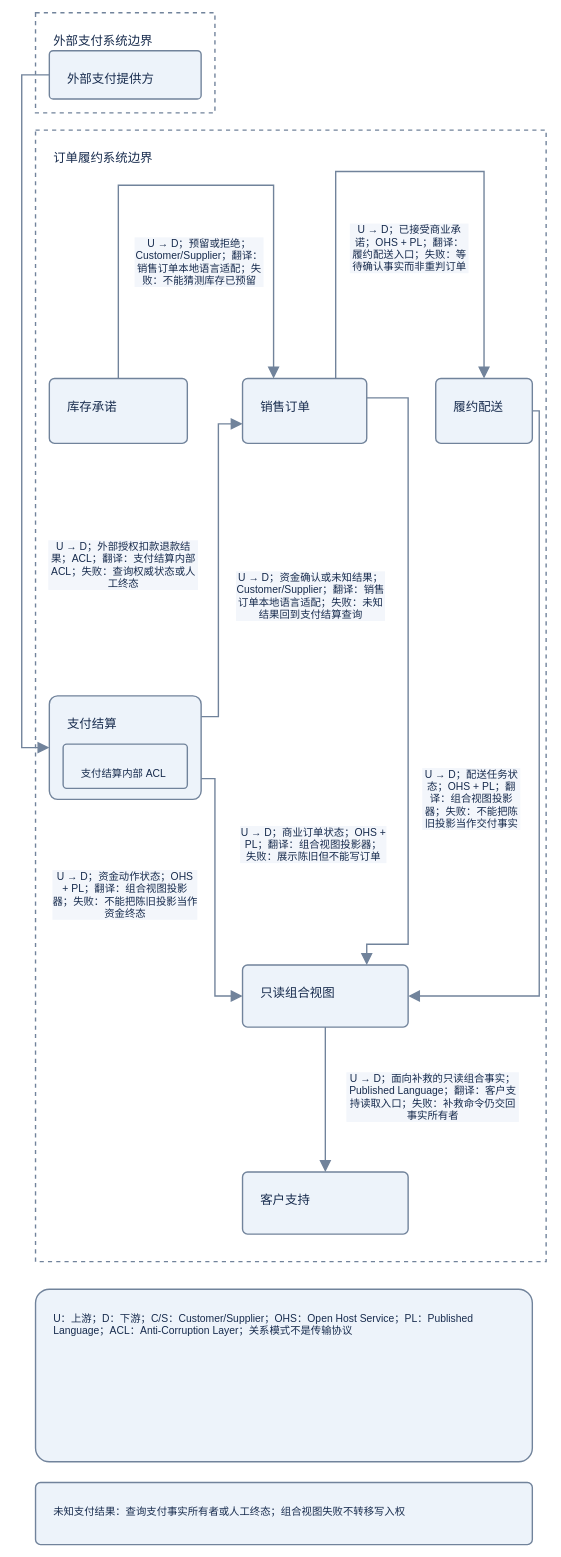
Before: diagrams/ddd-01-strategic-ddd-context-map.drawio in sealday/tego-arch, a draw.io diagram. Source tidied: cells renumbered, new cells numbered last; positions are measured from the earlier drawing's top-left corner, leaving out a move shared by most shapes. Both pictures are drawn from the tidied source at 69%, with x=0, y=0 at pixel (21, 12).
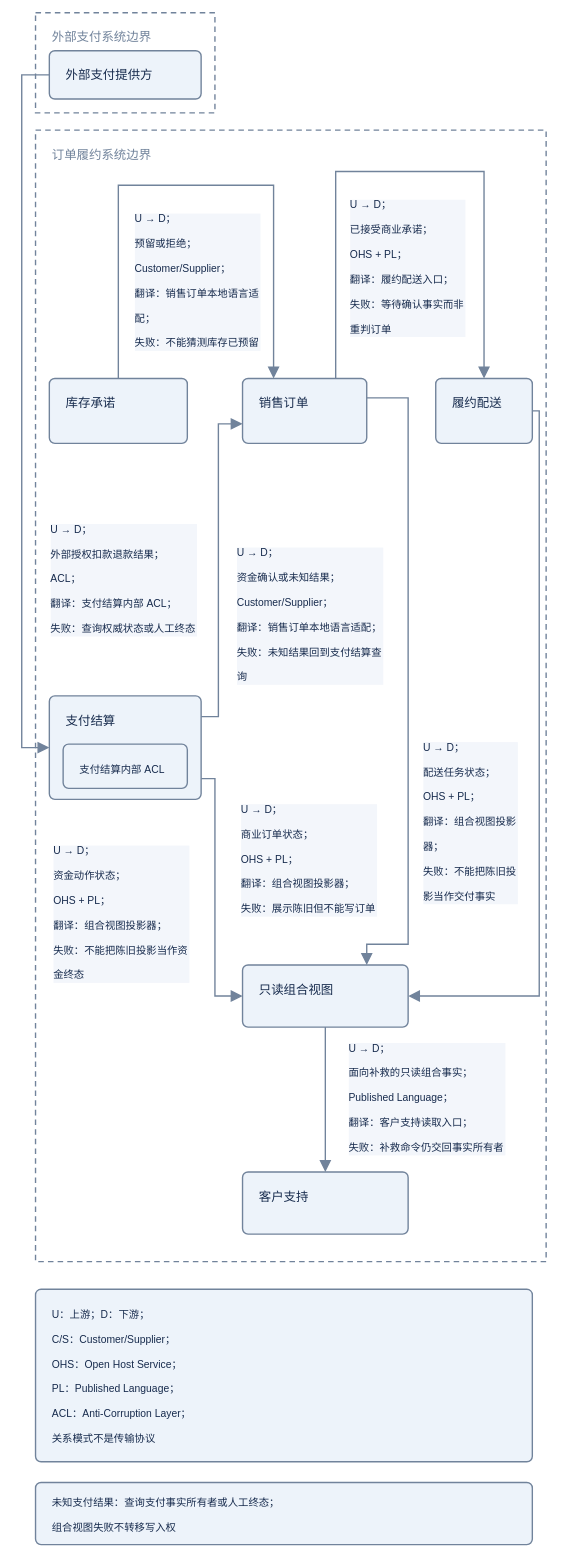
Above is the later version.

Commit message (it also covers changes not shown here):
fix: bind DDD-01 native diagram rendering and painted label geometry

The edit, as a diff of the source:
```diff
@@
-    <mxCell id="2" value="订单履约系统边界" style="fontFamily=Noto Sans SC;fontColor=#172b4d;fontSize=18;html=0;whiteSpace=wrap;rounded=1;arcSize=8;strokeColor=#71839b;strokeWidth=2;fillColor=#edf3fa;align=left;verticalAlign=top;spacingLeft=24;spacingTop=24;fontSize=18;spacingTop=24;fillColor=none;rounded=0;dashed=1;" parent="1" vertex="1">
+    <mxCell id="2" value="订单履约系统边界" style="fontFamily=Noto Sans SC;fontColor=#71839b;fontSize=18;html=0;whiteSpace=nowrap;rounded=0;arcSize=16;strokeColor=#71839b;strokeWidth=2;fillColor=none;align=left;verticalAlign=top;spacingLeft=24;spacingTop=20;dashed=1;shape=rectangle;convertToSvg=1;fontStyle=0;spacing=0;spacingRight=24;spacingBottom=14;absoluteArcSize=1;dashPattern=4 3;" parent="1" vertex="1">
       <mxGeometry x="20" y="170" width="740" height="1640" as="geometry" />
     </mxCell>
-    <mxCell id="3" value="外部支付系统边界" style="fontFamily=Noto Sans SC;fontColor=#172b4d;fontSize=18;html=0;whiteSpace=wrap;rounded=1;arcSize=8;strokeColor=#71839b;strokeWidth=2;fillColor=#edf3fa;align=left;verticalAlign=top;spacingLeft=24;spacingTop=24;fontSize=18;spacingTop=24;fillColor=none;rounded=0;dashed=1;" parent="1" vertex="1">
+    <mxCell id="3" value="外部支付系统边界" style="fontFamily=Noto Sans SC;fontColor=#71839b;fontSize=18;html=0;whiteSpace=nowrap;rounded=0;arcSize=16;strokeColor=#71839b;strokeWidth=2;fillColor=none;align=left;verticalAlign=top;spacingLeft=24;spacingTop=20;dashed=1;shape=rectangle;convertToSvg=1;fontStyle=0;spacing=0;spacingRight=24;spacingBottom=14;absoluteArcSize=1;dashPattern=4 3;" parent="1" vertex="1">
       <mxGeometry x="20" width="260" height="145" as="geometry" />
     </mxCell>
-    <mxCell id="4" value="U → D；预留或拒绝；Customer/Supplier；翻译：销售订单本地语言适配；失败：不能猜测库存已预留" style="html=0;whiteSpace=wrap;fontFamily=Noto Sans SC;fontSize=15;fontColor=#172b4d;labelBackgroundColor=#f3f6fb;align=center;verticalAlign=middle;labelWidth=185;endArrow=block;startArrow=none;endFill=1;endSize=12;strokeColor=#71839b;strokeWidth=2;exitX=0.5;exitY=0;entryX=0.25;entryY=0;rounded=0;" parent="1" edge="1" source="13" target="12">
+    <mxCell id="4" value="U → D；&#10;&#10;预留或拒绝；&#10;&#10;Customer/Supplier；&#10;&#10;翻译：销售订单本地语言适&#10;&#10;配；&#10;&#10;失败：不能猜测库存已预留" style="html=0;whiteSpace=nowrap;fontFamily=Noto Sans SC;fontSize=15;fontColor=#172b4d;labelBackgroundColor=#f3f6fb;align=left;verticalAlign=top;labelWidth=185;endArrow=block;startArrow=none;endFill=1;endSize=12;strokeColor=#71839b;strokeWidth=2;exitX=0.5;exitY=0;entryX=0.25;entryY=0;rounded=0;shape=connector;convertToSvg=1;fontStyle=0;spacing=0;spacingLeft=0;spacingTop=0;spacingRight=0;spacingBottom=0;labelPadding=7;" parent="1" edge="1" source="13" target="12">
       <mxGeometry relative="1" as="geometry">
         <Array as="points">
           <mxPoint x="140" y="250" />
           <mxPoint x="365" y="250" />
         </Array>
-        <mxPoint x="4" y="111" as="offset" />
+        <mxPoint x="-89" y="35" as="offset" />
       </mxGeometry>
     </mxCell>
-    <mxCell id="5" value="U → D；资金确认或未知结果；Customer/Supplier；翻译：销售订单本地语言适配；失败：未知结果回到支付结算查询" style="html=0;whiteSpace=wrap;fontFamily=Noto Sans SC;fontSize=15;fontColor=#172b4d;labelBackgroundColor=#f3f6fb;align=center;verticalAlign=middle;labelWidth=214;endArrow=block;startArrow=none;endFill=1;endSize=12;strokeColor=#71839b;strokeWidth=2;exitX=1;exitY=0.2;entryX=0;entryY=0.7;rounded=0;" parent="1" edge="1" source="14" target="12">
+    <mxCell id="5" value="U → D；&#10;&#10;资金确认或未知结果；&#10;&#10;Customer/Supplier；&#10;&#10;翻译：销售订单本地语言适配；&#10;&#10;失败：未知结果回到支付结算查&#10;&#10;询" style="html=0;whiteSpace=nowrap;fontFamily=Noto Sans SC;fontSize=15;fontColor=#172b4d;labelBackgroundColor=#f3f6fb;align=left;verticalAlign=top;labelWidth=214;endArrow=block;startArrow=none;endFill=1;endSize=12;strokeColor=#71839b;strokeWidth=2;exitX=1;exitY=0.2;entryX=0;entryY=0.7;rounded=0;shape=connector;convertToSvg=1;fontStyle=0;spacing=0;spacingLeft=0;spacingTop=0;spacingRight=0;spacingBottom=0;labelPadding=7;" parent="1" edge="1" source="14" target="12">
       <mxGeometry relative="1" as="geometry">
         <Array as="points">
           <mxPoint x="285" y="1020" />
           <mxPoint x="285" y="595.8" />
         </Array>
-        <mxPoint x="134" y="42.1" as="offset" />
+        <mxPoint x="27" y="-34" as="offset" />
       </mxGeometry>
     </mxCell>
-    <mxCell id="6" value="U → D；已接受商业承诺；OHS + PL；翻译：履约配送入口；失败：等待确认事实而非重判订单" style="html=0;whiteSpace=wrap;fontFamily=Noto Sans SC;fontSize=15;fontColor=#172b4d;labelBackgroundColor=#f3f6fb;align=center;verticalAlign=middle;labelWidth=170;endArrow=block;startArrow=none;endFill=1;endSize=12;strokeColor=#71839b;strokeWidth=2;exitX=0.75;exitY=0;entryX=0.5;entryY=0;rounded=0;" parent="1" edge="1" source="12" target="15">
+    <mxCell id="6" value="U → D；&#10;&#10;已接受商业承诺；&#10;&#10;OHS + PL；&#10;&#10;翻译：履约配送入口；&#10;&#10;失败：等待确认事实而非&#10;&#10;重判订单" style="html=0;whiteSpace=nowrap;fontFamily=Noto Sans SC;fontSize=15;fontColor=#172b4d;labelBackgroundColor=#f3f6fb;align=left;verticalAlign=top;labelWidth=170;endArrow=block;startArrow=none;endFill=1;endSize=12;strokeColor=#71839b;strokeWidth=2;exitX=0.75;exitY=0;entryX=0.5;entryY=0;rounded=0;shape=connector;convertToSvg=1;fontStyle=0;spacing=0;spacingLeft=0;spacingTop=0;spacingRight=0;spacingBottom=0;labelPadding=7;" parent="1" edge="1" source="12" target="15">
       <mxGeometry relative="1" as="geometry">
         <Array as="points">
           <mxPoint x="455" y="230" />
           <mxPoint x="670" y="230" />
         </Array>
-        <mxPoint x="-1.5" y="111" as="offset" />
+        <mxPoint x="-87" y="35" as="offset" />
       </mxGeometry>
     </mxCell>
-    <mxCell id="7" value="U → D；外部授权扣款退款结果；ACL；翻译：支付结算内部 ACL；失败：查询权威状态或人工终态" style="html=0;whiteSpace=wrap;fontFamily=Noto Sans SC;fontSize=15;fontColor=#172b4d;labelBackgroundColor=#f3f6fb;align=center;verticalAlign=middle;labelWidth=215;endArrow=block;startArrow=none;endFill=1;endSize=12;strokeColor=#71839b;strokeWidth=2;exitX=0;exitY=0.5;entryX=0;entryY=0.5;rounded=0;" parent="1" edge="1" source="18" target="14">
+    <mxCell id="7" value="U → D；&#10;&#10;外部授权扣款退款结果；&#10;&#10;ACL；&#10;&#10;翻译：支付结算内部 ACL；&#10;&#10;失败：查询权威状态或人工终态" style="html=0;whiteSpace=nowrap;fontFamily=Noto Sans SC;fontSize=15;fontColor=#172b4d;labelBackgroundColor=#f3f6fb;align=left;verticalAlign=top;labelWidth=215;endArrow=block;startArrow=none;endFill=1;endSize=12;strokeColor=#71839b;strokeWidth=2;exitX=0;exitY=0.5;entryX=0;entryY=0.5;rounded=0;shape=connector;convertToSvg=1;fontStyle=0;spacing=0;spacingLeft=0;spacingTop=0;spacingRight=0;spacingBottom=0;labelPadding=7;" parent="1" edge="1" source="18" target="14">
       <mxGeometry relative="1" as="geometry">
         <Array as="points">
           <mxPoint y="90" />
           <mxPoint y="1065" />
         </Array>
-        <mxPoint x="147.5" y="221.5" as="offset" />
+        <mxPoint x="42" y="157" as="offset" />
       </mxGeometry>
     </mxCell>
-    <mxCell id="8" value="U → D；商业订单状态；OHS + PL；翻译：组合视图投影器；失败：展示陈旧但不能写订单" style="html=0;whiteSpace=wrap;fontFamily=Noto Sans SC;fontSize=15;fontColor=#172b4d;labelBackgroundColor=#f3f6fb;align=center;verticalAlign=middle;labelWidth=210;endArrow=block;startArrow=none;endFill=1;endSize=12;strokeColor=#71839b;strokeWidth=2;exitX=1;exitY=0.3;entryX=0.75;entryY=0;rounded=0;" parent="1" edge="1" source="12" target="17">
+    <mxCell id="8" value="U → D；&#10;&#10;商业订单状态；&#10;&#10;OHS + PL；&#10;&#10;翻译：组合视图投影器；&#10;&#10;失败：展示陈旧但不能写订单" style="html=0;whiteSpace=nowrap;fontFamily=Noto Sans SC;fontSize=15;fontColor=#172b4d;labelBackgroundColor=#f3f6fb;align=left;verticalAlign=top;labelWidth=210;endArrow=block;startArrow=none;endFill=1;endSize=12;strokeColor=#71839b;strokeWidth=2;exitX=1;exitY=0.3;entryX=0.75;entryY=0;rounded=0;shape=connector;convertToSvg=1;fontStyle=0;spacing=0;spacingLeft=0;spacingTop=0;spacingRight=0;spacingBottom=0;labelPadding=7;" parent="1" edge="1" source="12" target="17">
       <mxGeometry relative="1" as="geometry">
         <Array as="points">
           <mxPoint x="560" y="558.2" />
           <mxPoint x="560" y="1350" />
           <mxPoint x="500" y="1350" />
         </Array>
-        <mxPoint x="-137" y="235.9" as="offset" />
+        <mxPoint x="-242" y="172" as="offset" />
       </mxGeometry>
     </mxCell>
-    <mxCell id="9" value="U → D；资金动作状态；OHS + PL；翻译：组合视图投影器；失败：不能把陈旧投影当作资金终态" style="html=0;whiteSpace=wrap;fontFamily=Noto Sans SC;fontSize=15;fontColor=#172b4d;labelBackgroundColor=#f3f6fb;align=center;verticalAlign=middle;labelWidth=208;endArrow=block;startArrow=none;endFill=1;endSize=12;strokeColor=#71839b;strokeWidth=2;exitX=1;exitY=0.8;entryX=0;entryY=0.5;rounded=0;" parent="1" edge="1" source="14" target="17">
+    <mxCell id="9" value="U → D；&#10;&#10;资金动作状态；&#10;&#10;OHS + PL；&#10;&#10;翻译：组合视图投影器；&#10;&#10;失败：不能把陈旧投影当作资&#10;&#10;金终态" style="html=0;whiteSpace=nowrap;fontFamily=Noto Sans SC;fontSize=15;fontColor=#172b4d;labelBackgroundColor=#f3f6fb;align=left;verticalAlign=top;labelWidth=208;endArrow=block;startArrow=none;endFill=1;endSize=12;strokeColor=#71839b;strokeWidth=2;exitX=1;exitY=0.8;entryX=0;entryY=0.5;rounded=0;shape=connector;convertToSvg=1;fontStyle=0;spacing=0;spacingLeft=0;spacingTop=0;spacingRight=0;spacingBottom=0;labelPadding=7;" parent="1" edge="1" source="14" target="17">
       <mxGeometry relative="1" as="geometry">
         <Array as="points">
           <mxPoint x="280" y="1110" />
           <mxPoint x="280" y="1425" />
         </Array>
-        <mxPoint x="-130" y="-0.5" as="offset" />
+        <mxPoint x="-234" y="-77" as="offset" />
       </mxGeometry>
     </mxCell>
-    <mxCell id="10" value="U → D；配送任务状态；OHS + PL；翻译：组合视图投影器；失败：不能把陈旧投影当作交付事实" style="html=0;whiteSpace=wrap;fontFamily=Noto Sans SC;fontSize=15;fontColor=#172b4d;labelBackgroundColor=#f3f6fb;align=center;verticalAlign=middle;labelWidth=140;endArrow=block;startArrow=none;endFill=1;endSize=12;strokeColor=#71839b;strokeWidth=2;exitX=1;exitY=0.5;entryX=1;entryY=0.5;rounded=0;" parent="1" edge="1" source="15" target="17">
+    <mxCell id="10" value="U → D；&#10;&#10;配送任务状态；&#10;&#10;OHS + PL；&#10;&#10;翻译：组合视图投影&#10;&#10;器；&#10;&#10;失败：不能把陈旧投&#10;&#10;影当作交付事实" style="html=0;whiteSpace=nowrap;fontFamily=Noto Sans SC;fontSize=15;fontColor=#172b4d;labelBackgroundColor=#f3f6fb;align=left;verticalAlign=top;labelWidth=140;endArrow=block;startArrow=none;endFill=1;endSize=12;strokeColor=#71839b;strokeWidth=2;exitX=1;exitY=0.5;entryX=1;entryY=0.5;rounded=0;shape=connector;convertToSvg=1;fontStyle=0;spacing=0;spacingLeft=0;spacingTop=0;spacingRight=0;spacingBottom=0;labelPadding=7;" parent="1" edge="1" source="15" target="17">
       <mxGeometry relative="1" as="geometry">
         <Array as="points">
           <mxPoint x="750" y="577" />
           <mxPoint x="750" y="1425" />
         </Array>
-        <mxPoint x="-98" y="48" as="offset" />
+        <mxPoint x="-168" y="-40" as="offset" />
       </mxGeometry>
     </mxCell>
-    <mxCell id="11" value="U → D；面向补救的只读组合事实；Published Language；翻译：客户支持读取入口；失败：补救命令仍交回事实所有者" style="html=0;whiteSpace=wrap;fontFamily=Noto Sans SC;fontSize=15;fontColor=#172b4d;labelBackgroundColor=#f3f6fb;align=center;verticalAlign=middle;labelWidth=248;endArrow=block;startArrow=none;endFill=1;endSize=12;strokeColor=#71839b;strokeWidth=2;exitX=0.5;exitY=1;entryX=0.5;entryY=0;rounded=0;" parent="1" edge="1" source="17" target="16">
+    <mxCell id="11" value="U → D；&#10;&#10;面向补救的只读组合事实；&#10;&#10;Published Language；&#10;&#10;翻译：客户支持读取入口；&#10;&#10;失败：补救命令仍交回事实所有者" style="html=0;whiteSpace=nowrap;fontFamily=Noto Sans SC;fontSize=15;fontColor=#172b4d;labelBackgroundColor=#f3f6fb;align=left;verticalAlign=top;labelWidth=248;endArrow=block;startArrow=none;endFill=1;endSize=12;strokeColor=#71839b;strokeWidth=2;exitX=0.5;exitY=1;entryX=0.5;entryY=0;rounded=0;shape=connector;convertToSvg=1;fontStyle=0;spacing=0;spacingLeft=0;spacingTop=0;spacingRight=0;spacingBottom=0;labelPadding=7;" parent="1" edge="1" source="17" target="16">
       <mxGeometry relative="1" as="geometry">
         <Array as="points">
           <mxPoint x="440" y="1570" />
         </Array>
-        <mxPoint x="156" y="-4" as="offset" />
+        <mxPoint x="34" y="-88" as="offset" />
       </mxGeometry>
     </mxCell>
-    <mxCell id="12" value="销售订单" style="fontFamily=Noto Sans SC;fontColor=#172b4d;fontSize=18;html=0;whiteSpace=wrap;rounded=1;arcSize=8;strokeColor=#71839b;strokeWidth=2;fillColor=#edf3fa;align=left;verticalAlign=top;spacingLeft=24;spacingTop=24;fontSize=18;spacingTop=24;" parent="1" vertex="1">
+    <mxCell id="12" value="销售订单" style="fontFamily=Noto Sans SC;fontColor=#172b4d;fontSize=18;html=0;whiteSpace=nowrap;rounded=1;arcSize=16;strokeColor=#71839b;strokeWidth=2;fillColor=#edf3fa;align=left;verticalAlign=top;spacingLeft=24;spacingTop=20;shape=rectangle;convertToSvg=1;fontStyle=0;spacing=0;spacingRight=24;spacingBottom=14;absoluteArcSize=1;" parent="1" vertex="1">
       <mxGeometry x="320" y="530" width="180" height="94" as="geometry" />
     </mxCell>
-    <mxCell id="13" value="库存承诺" style="fontFamily=Noto Sans SC;fontColor=#172b4d;fontSize=18;html=0;whiteSpace=wrap;rounded=1;arcSize=8;strokeColor=#71839b;strokeWidth=2;fillColor=#edf3fa;align=left;verticalAlign=top;spacingLeft=24;spacingTop=24;fontSize=18;spacingTop=24;" parent="1" vertex="1">
+    <mxCell id="13" value="库存承诺" style="fontFamily=Noto Sans SC;fontColor=#172b4d;fontSize=18;html=0;whiteSpace=nowrap;rounded=1;arcSize=16;strokeColor=#71839b;strokeWidth=2;fillColor=#edf3fa;align=left;verticalAlign=top;spacingLeft=24;spacingTop=20;shape=rectangle;convertToSvg=1;fontStyle=0;spacing=0;spacingRight=24;spacingBottom=14;absoluteArcSize=1;" parent="1" vertex="1">
       <mxGeometry x="40" y="530" width="200" height="94" as="geometry" />
     </mxCell>
-    <mxCell id="14" value="支付结算" style="fontFamily=Noto Sans SC;fontColor=#172b4d;fontSize=18;html=0;whiteSpace=wrap;rounded=1;arcSize=8;strokeColor=#71839b;strokeWidth=2;fillColor=#edf3fa;align=left;verticalAlign=top;spacingLeft=24;spacingTop=24;fontSize=18;spacingTop=24;" parent="1" vertex="1">
+    <mxCell id="14" value="支付结算" style="fontFamily=Noto Sans SC;fontColor=#172b4d;fontSize=18;html=0;whiteSpace=nowrap;rounded=1;arcSize=16;strokeColor=#71839b;strokeWidth=2;fillColor=#edf3fa;align=left;verticalAlign=top;spacingLeft=24;spacingTop=20;shape=rectangle;convertToSvg=1;fontStyle=0;spacing=0;spacingRight=24;spacingBottom=14;absoluteArcSize=1;" parent="1" vertex="1">
       <mxGeometry x="40" y="990" width="220" height="150" as="geometry" />
     </mxCell>
-    <mxCell id="15" value="履约配送" style="fontFamily=Noto Sans SC;fontColor=#172b4d;fontSize=18;html=0;whiteSpace=wrap;rounded=1;arcSize=8;strokeColor=#71839b;strokeWidth=2;fillColor=#edf3fa;align=left;verticalAlign=top;spacingLeft=24;spacingTop=24;fontSize=18;spacingTop=24;" parent="1" vertex="1">
+    <mxCell id="15" value="履约配送" style="fontFamily=Noto Sans SC;fontColor=#172b4d;fontSize=18;html=0;whiteSpace=nowrap;rounded=1;arcSize=16;strokeColor=#71839b;strokeWidth=2;fillColor=#edf3fa;align=left;verticalAlign=top;spacingLeft=24;spacingTop=20;shape=rectangle;convertToSvg=1;fontStyle=0;spacing=0;spacingRight=24;spacingBottom=14;absoluteArcSize=1;" parent="1" vertex="1">
       <mxGeometry x="600" y="530" width="140" height="94" as="geometry" />
     </mxCell>
-    <mxCell id="16" value="客户支持" style="fontFamily=Noto Sans SC;fontColor=#172b4d;fontSize=18;html=0;whiteSpace=wrap;rounded=1;arcSize=8;strokeColor=#71839b;strokeWidth=2;fillColor=#edf3fa;align=left;verticalAlign=top;spacingLeft=24;spacingTop=24;fontSize=18;spacingTop=24;" parent="1" vertex="1">
+    <mxCell id="16" value="客户支持" style="fontFamily=Noto Sans SC;fontColor=#172b4d;fontSize=18;html=0;whiteSpace=nowrap;rounded=1;arcSize=16;strokeColor=#71839b;strokeWidth=2;fillColor=#edf3fa;align=left;verticalAlign=top;spacingLeft=24;spacingTop=20;shape=rectangle;convertToSvg=1;fontStyle=0;spacing=0;spacingRight=24;spacingBottom=14;absoluteArcSize=1;" parent="1" vertex="1">
       <mxGeometry x="320" y="1680" width="240" height="90" as="geometry" />
     </mxCell>
-    <mxCell id="17" value="只读组合视图" style="fontFamily=Noto Sans SC;fontColor=#172b4d;fontSize=18;html=0;whiteSpace=wrap;rounded=1;arcSize=8;strokeColor=#71839b;strokeWidth=2;fillColor=#edf3fa;align=left;verticalAlign=top;spacingLeft=24;spacingTop=24;fontSize=18;spacingTop=24;" parent="1" vertex="1">
+    <mxCell id="17" value="只读组合视图" style="fontFamily=Noto Sans SC;fontColor=#172b4d;fontSize=18;html=0;whiteSpace=nowrap;rounded=1;arcSize=16;strokeColor=#71839b;strokeWidth=2;fillColor=#edf3fa;align=left;verticalAlign=top;spacingLeft=24;spacingTop=20;shape=rectangle;convertToSvg=1;fontStyle=0;spacing=0;spacingRight=24;spacingBottom=14;absoluteArcSize=1;" parent="1" vertex="1">
       <mxGeometry x="320" y="1380" width="240" height="90" as="geometry" />
     </mxCell>
-    <mxCell id="18" value="外部支付提供方" style="fontFamily=Noto Sans SC;fontColor=#172b4d;fontSize=18;html=0;whiteSpace=wrap;rounded=1;arcSize=8;strokeColor=#71839b;strokeWidth=2;fillColor=#edf3fa;align=left;verticalAlign=top;spacingLeft=24;spacingTop=24;fontSize=18;spacingTop=24;" parent="1" vertex="1">
+    <mxCell id="18" value="外部支付提供方" style="fontFamily=Noto Sans SC;fontColor=#172b4d;fontSize=18;html=0;whiteSpace=nowrap;rounded=1;arcSize=16;strokeColor=#71839b;strokeWidth=2;fillColor=#edf3fa;align=left;verticalAlign=top;spacingLeft=24;spacingTop=20;shape=rectangle;convertToSvg=1;fontStyle=0;spacing=0;spacingRight=24;spacingBottom=14;absoluteArcSize=1;" parent="1" vertex="1">
       <mxGeometry x="40" y="55" width="220" height="70" as="geometry" />
     </mxCell>
-    <mxCell id="19" value="支付结算内部 ACL" style="fontFamily=Noto Sans SC;fontColor=#172b4d;fontSize=18;html=0;whiteSpace=wrap;rounded=1;arcSize=8;strokeColor=#71839b;strokeWidth=2;fillColor=#edf3fa;align=left;verticalAlign=top;spacingLeft=24;spacingTop=24;fontSize=15;spacingTop=27;" parent="1" vertex="1">
+    <mxCell id="19" value="支付结算内部 ACL" style="fontFamily=Noto Sans SC;fontColor=#172b4d;fontSize=15;html=0;whiteSpace=nowrap;rounded=1;arcSize=16;strokeColor=#71839b;strokeWidth=2;fillColor=#edf3fa;align=left;verticalAlign=top;spacingLeft=24;spacingTop=23;shape=rectangle;convertToSvg=1;fontStyle=0;spacing=0;spacingRight=24;spacingBottom=14;absoluteArcSize=1;" parent="1" vertex="1">
       <mxGeometry x="60" y="1060" width="180" height="64" as="geometry" />
     </mxCell>
-    <mxCell id="20" value="U：上游；D：下游；C/S：Customer/Supplier；OHS：Open Host Service；PL：Published Language；ACL：Anti-Corruption Layer；关系模式不是传输协议" style="fontFamily=Noto Sans SC;fontColor=#172b4d;fontSize=18;html=0;whiteSpace=wrap;rounded=1;arcSize=8;strokeColor=#71839b;strokeWidth=2;fillColor=#edf3fa;align=left;verticalAlign=top;spacingLeft=24;spacingTop=24;fontSize=15;spacingTop=27;" parent="1" vertex="1">
+    <mxCell id="20" value="U：上游；D：下游；&#10;&#10;C/S：Customer/Supplier；&#10;&#10;OHS：Open Host Service；&#10;&#10;PL：Published Language；&#10;&#10;ACL：Anti-Corruption Layer；&#10;&#10;关系模式不是传输协议" style="fontFamily=Noto Sans SC;fontColor=#172b4d;fontSize=15;html=0;whiteSpace=nowrap;rounded=1;arcSize=16;strokeColor=#71839b;strokeWidth=2;fillColor=#edf3fa;align=left;verticalAlign=top;spacingLeft=24;spacingTop=23;shape=rectangle;convertToSvg=1;fontStyle=0;spacing=0;spacingRight=24;spacingBottom=14;absoluteArcSize=1;" parent="1" vertex="1">
       <mxGeometry x="20" y="1850" width="720" height="250" as="geometry" />
     </mxCell>
-    <mxCell id="21" value="未知支付结果：查询支付事实所有者或人工终态；组合视图失败不转移写入权" style="fontFamily=Noto Sans SC;fontColor=#172b4d;fontSize=18;html=0;whiteSpace=wrap;rounded=1;arcSize=8;strokeColor=#71839b;strokeWidth=2;fillColor=#edf3fa;align=left;verticalAlign=top;spacingLeft=24;spacingTop=24;fontSize=15;spacingTop=27;" parent="1" vertex="1">
+    <mxCell id="21" value="未知支付结果：查询支付事实所有者或人工终态；&#10;&#10;组合视图失败不转移写入权" style="fontFamily=Noto Sans SC;fontColor=#172b4d;fontSize=15;html=0;whiteSpace=nowrap;rounded=1;arcSize=16;strokeColor=#71839b;strokeWidth=2;fillColor=#edf3fa;align=left;verticalAlign=top;spacingLeft=24;spacingTop=16;shape=rectangle;convertToSvg=1;fontStyle=0;spacing=0;spacingRight=24;spacingBottom=14;absoluteArcSize=1;" parent="1" vertex="1">
       <mxGeometry x="20" y="2130" width="720" height="90" as="geometry" />
     </mxCell>
```
